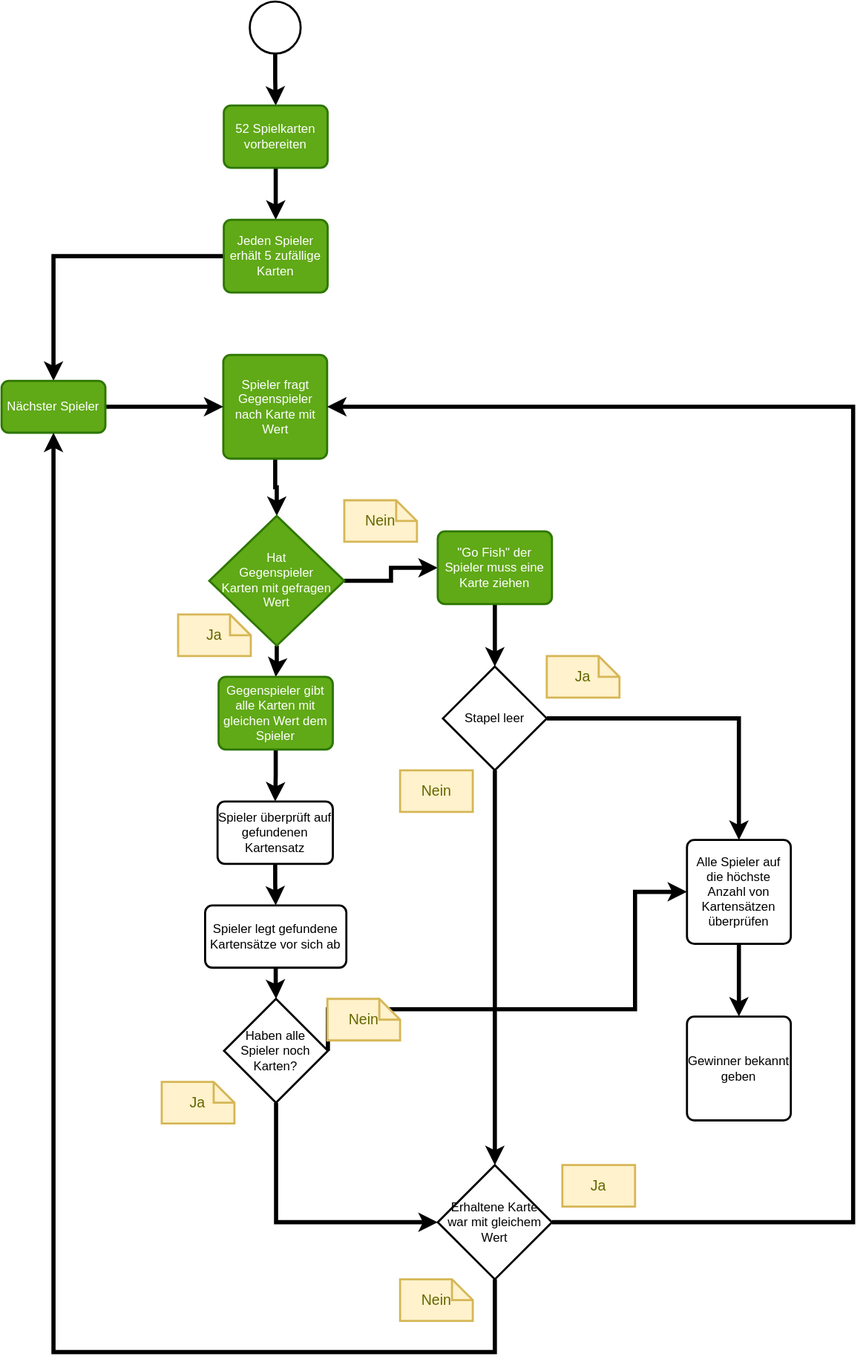
Before: documentation/spielablauf.drawio.svg, a diagram exported from draw.io (GregorBiswanger/go-fish-core). Source tidied: cells renumbered, new cells last; positions are measured from the earlier drawing's top-left corner, leaving out a move shared by most shapes.
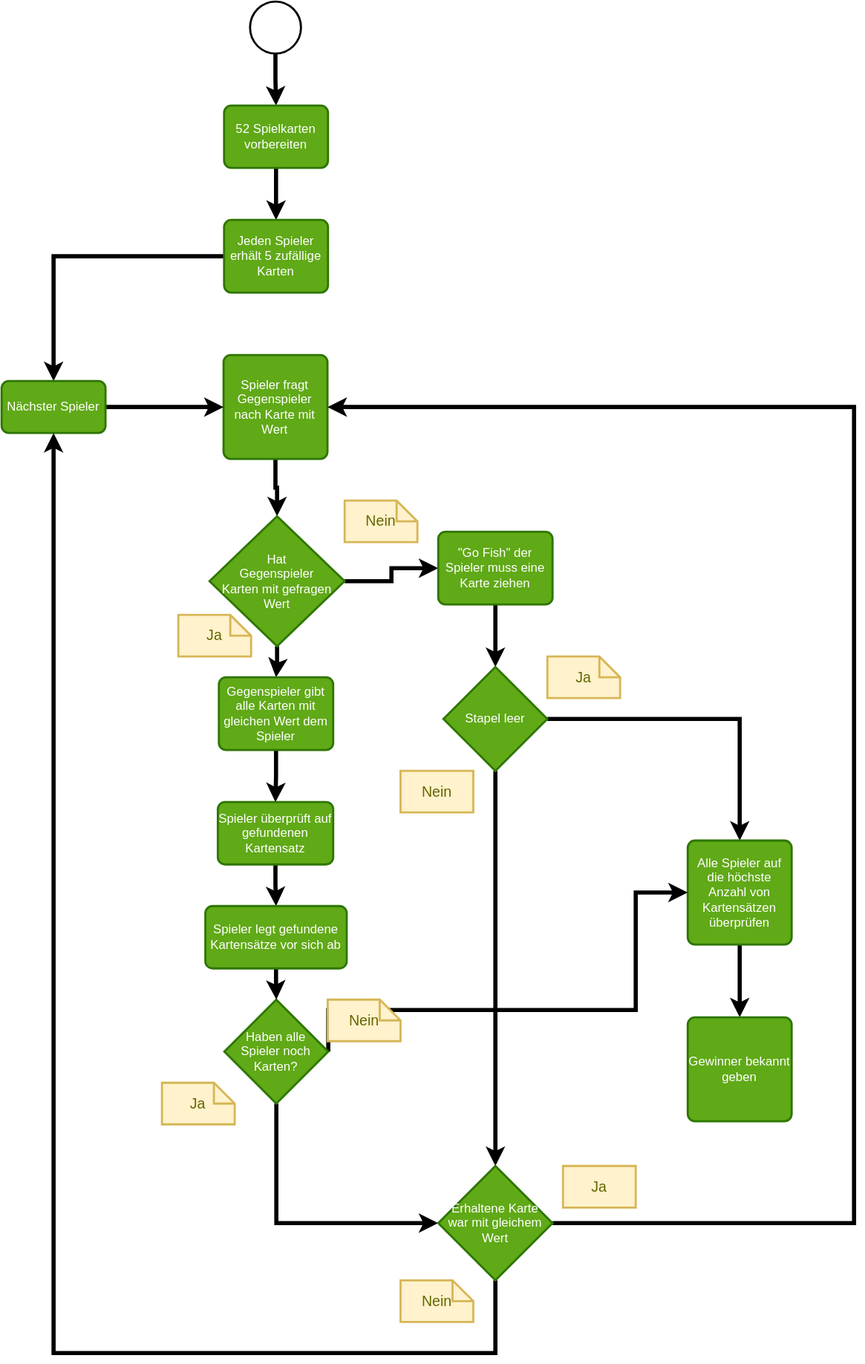
After the change.

Commit message:
Spieler nochmal - Wenn karte mit gewünschten Wert erhalten

The edit, as a diff of the source:
```diff
@@ -44,7 +44,7 @@
     <mxCell id="15" style="edgeStyle=orthogonalEdgeStyle;rounded=0;jettySize=auto;html=1;strokeWidth=4;" parent="1" edge="1" source="16" target="42">
       <mxGeometry relative="1" as="geometry" />
     </mxCell>
-    <mxCell id="16" value="Spieler überprüft auf gefundenen Kartensatz" style="rounded=1;whiteSpace=wrap;html=1;absoluteArcSize=1;arcSize=14;strokeWidth=2;" parent="1" vertex="1">
+    <mxCell id="16" value="Spieler überprüft auf gefundenen Kartensatz" style="rounded=1;whiteSpace=wrap;html=1;absoluteArcSize=1;arcSize=14;strokeWidth=2;fillColor=#60a917;strokeColor=#2D7600;fontColor=#ffffff;" parent="1" vertex="1">
       <mxGeometry x="208" y="770" width="111" height="60" as="geometry" />
     </mxCell>
     <mxCell id="17" value="Nein" style="shape=note;strokeWidth=2;fontSize=14;size=20;whiteSpace=wrap;html=1;fillColor=#fff2cc;strokeColor=#d6b656;fontColor=#666600;" parent="1" vertex="1">
@@ -69,16 +69,16 @@
         </Array>
       </mxGeometry>
     </mxCell>
-    <mxCell id="23" value="Stapel leer" style="strokeWidth=2;html=1;shape=mxgraph.flowchart.decision;whiteSpace=wrap;" parent="1" vertex="1">
+    <mxCell id="23" value="Stapel leer" style="strokeWidth=2;html=1;shape=mxgraph.flowchart.decision;whiteSpace=wrap;fillColor=#60a917;strokeColor=#2D7600;fontColor=#ffffff;" parent="1" vertex="1">
       <mxGeometry x="425" y="640" width="100" height="100" as="geometry" />
     </mxCell>
     <mxCell id="24" style="edgeStyle=orthogonalEdgeStyle;rounded=0;jettySize=auto;html=1;strokeWidth=4;" parent="1" edge="1" source="25" target="26">
       <mxGeometry relative="1" as="geometry" />
     </mxCell>
-    <mxCell id="25" value="Alle Spieler auf die höchste Anzahl von Kartensätzen überprüfen" style="rounded=1;whiteSpace=wrap;html=1;absoluteArcSize=1;arcSize=14;strokeWidth=2;" parent="1" vertex="1">
+    <mxCell id="25" value="Alle Spieler auf die höchste Anzahl von Kartensätzen überprüfen" style="rounded=1;whiteSpace=wrap;html=1;absoluteArcSize=1;arcSize=14;strokeWidth=2;fillColor=#60a917;strokeColor=#2D7600;fontColor=#ffffff;" parent="1" vertex="1">
       <mxGeometry x="660" y="807" width="100" height="100" as="geometry" />
     </mxCell>
-    <mxCell id="26" value="Gewinner bekannt geben" style="rounded=1;whiteSpace=wrap;html=1;absoluteArcSize=1;arcSize=14;strokeWidth=2;" parent="1" vertex="1">
+    <mxCell id="26" value="Gewinner bekannt geben" style="rounded=1;whiteSpace=wrap;html=1;absoluteArcSize=1;arcSize=14;strokeWidth=2;fillColor=#60a917;strokeColor=#2D7600;fontColor=#ffffff;" parent="1" vertex="1">
       <mxGeometry x="660" y="977" width="100" height="100" as="geometry" />
     </mxCell>
     <mxCell id="27" value="Ja" style="shape=note;strokeWidth=2;fontSize=14;size=20;whiteSpace=wrap;html=1;fillColor=#fff2cc;strokeColor=#d6b656;fontColor=#666600;" parent="1" vertex="1">
@@ -106,7 +106,7 @@
         </Array>
       </mxGeometry>
     </mxCell>
-    <mxCell id="32" value="Haben alle Spieler noch Karten?" style="strokeWidth=2;html=1;shape=mxgraph.flowchart.decision;whiteSpace=wrap;" parent="1" vertex="1">
+    <mxCell id="32" value="Haben alle Spieler noch Karten?" style="strokeWidth=2;html=1;shape=mxgraph.flowchart.decision;whiteSpace=wrap;fillColor=#60a917;strokeColor=#2D7600;fontColor=#ffffff;" parent="1" vertex="1">
       <mxGeometry x="214.2" y="960" width="100" height="100" as="geometry" />
     </mxCell>
     <mxCell id="33" value="Nein" style="shape=note;strokeWidth=2;fontSize=14;size=20;whiteSpace=wrap;html=1;fillColor=#fff2cc;strokeColor=#d6b656;fontColor=#666600;" parent="1" vertex="1">
@@ -134,7 +134,7 @@
         </Array>
       </mxGeometry>
     </mxCell>
-    <mxCell id="38" value="Erhaltene Karte&lt;br&gt;war mit gleichem Wert" style="strokeWidth=2;html=1;shape=mxgraph.flowchart.decision;whiteSpace=wrap;" parent="1" vertex="1">
+    <mxCell id="38" value="Erhaltene Karte&lt;br&gt;war mit gleichem Wert" style="strokeWidth=2;html=1;shape=mxgraph.flowchart.decision;whiteSpace=wrap;fillColor=#60a917;strokeColor=#2D7600;fontColor=#ffffff;" parent="1" vertex="1">
       <mxGeometry x="420" y="1120" width="110" height="110" as="geometry" />
     </mxCell>
     <mxCell id="39" value="Ja" style="shape=note;strokeWidth=2;fontSize=14;size=20;whiteSpace=wrap;html=1;fillColor=#fff2cc;strokeColor=#d6b656;fontColor=#666600;" parent="1" vertex="1">
@@ -146,7 +146,7 @@
     <mxCell id="41" style="edgeStyle=orthogonalEdgeStyle;rounded=0;jettySize=auto;html=1;strokeWidth=4;" parent="1" edge="1" source="42" target="32">
       <mxGeometry relative="1" as="geometry" />
     </mxCell>
-    <mxCell id="42" value="Spieler legt gefundene Kartensätze vor sich ab" style="rounded=1;whiteSpace=wrap;html=1;absoluteArcSize=1;arcSize=14;strokeWidth=2;" parent="1" vertex="1">
+    <mxCell id="42" value="Spieler legt gefundene Kartensätze vor sich ab" style="rounded=1;whiteSpace=wrap;html=1;absoluteArcSize=1;arcSize=14;strokeWidth=2;fillColor=#60a917;strokeColor=#2D7600;fontColor=#ffffff;" parent="1" vertex="1">
       <mxGeometry x="196" y="870" width="136" height="60" as="geometry" />
     </mxCell>
   </root>
```
